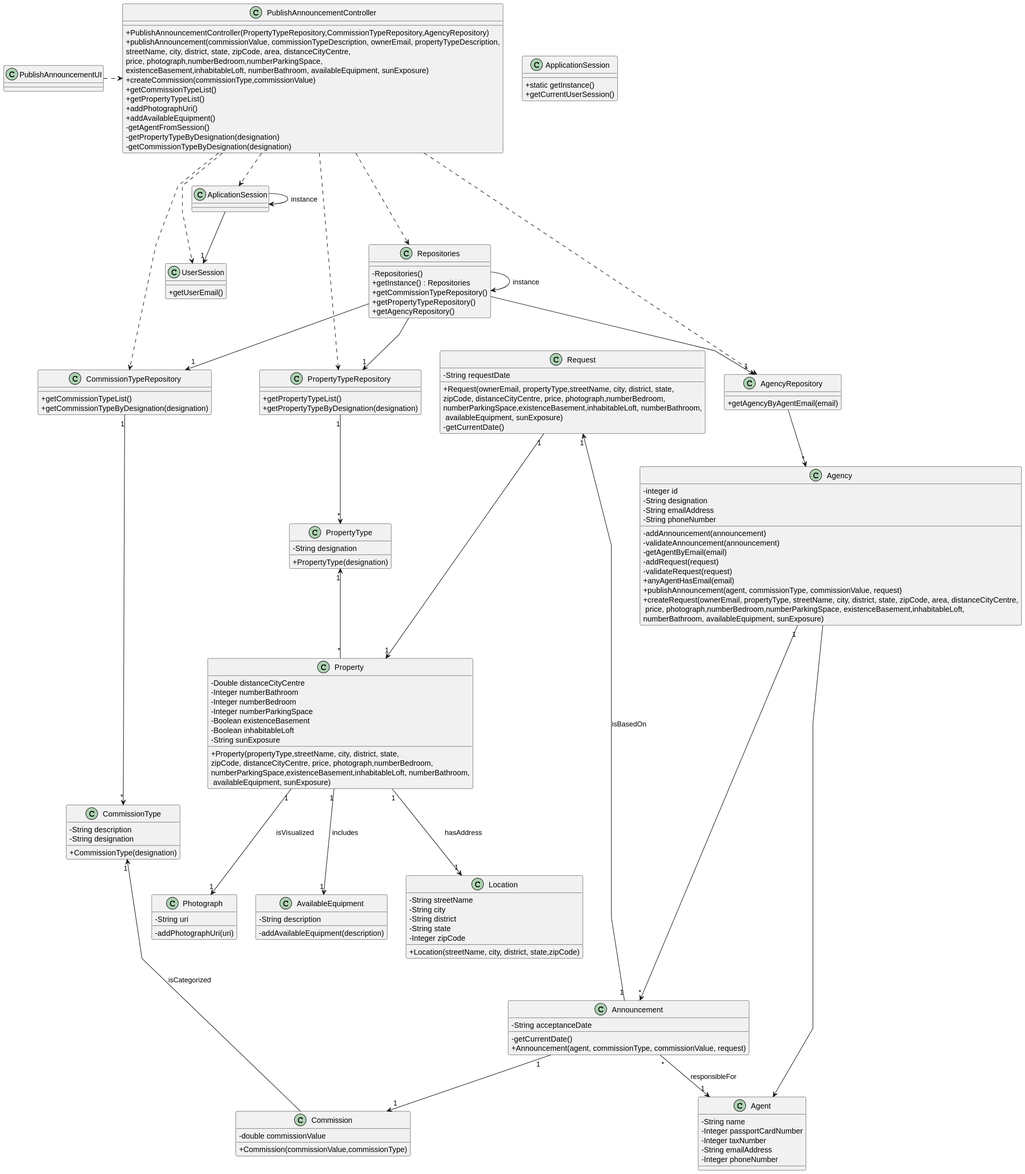
Earlier version of the PlantUML export docs/sprintB/us002/03.design/svg/us002-class-diagram.svg (rita-barbosa/LAPR2-2223).
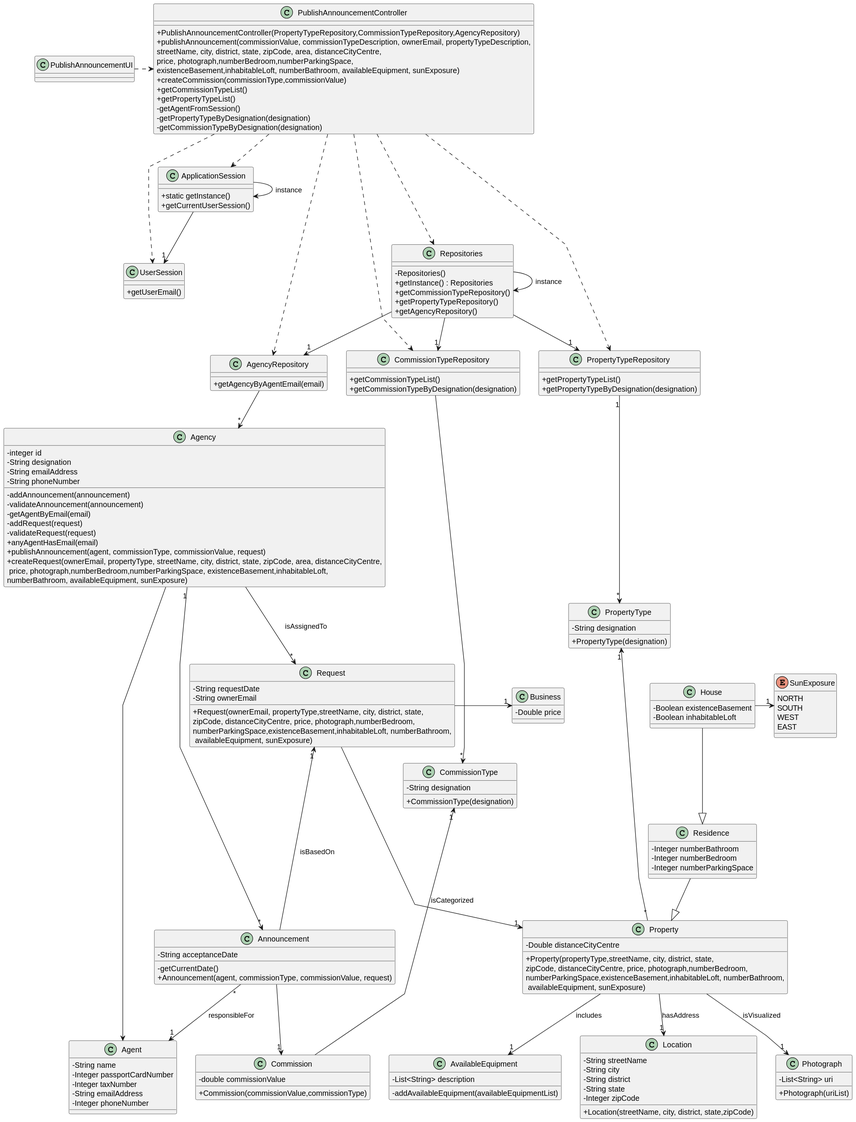
After the change.

Diff of the diagram source:
```diff
@@ -14,12 +14,6 @@
 class Property
 {
     - Double distanceCityCentre
-    - Integer numberBathroom
-    - Integer numberBedroom
-    - Integer numberParkingSpace
-    - Boolean existenceBasement
-    - Boolean inhabitableLoft
-    - String sunExposure
     + Property(propertyType,streetName, city, district, state,\nzipCode, distanceCityCentre, price, photograph,numberBedroom,\nnumberParkingSpace,existenceBasement,inhabitableLoft, numberBathroom,\n availableEquipment, sunExposure)
 }
 class Location
@@ -33,13 +27,13 @@
 }
 class Photograph
 {
-    - String uri
-    - addPhotographUri(uri)
+    - List<String> uri
+    + Photograph(uriList)
 }
 class AvailableEquipment
 {
-    - String description
-    - addAvailableEquipment(description)
+    - List<String> description
+    - addAvailableEquipment(availableEquipmentList)
 }
 
 class UserSession
@@ -64,15 +58,12 @@
     - double commissionValue
     + Commission(commissionValue,commissionType)
 }
-class CommissionType
-{
-    - String description
-}
 class Request
 {
     - String requestDate
+    - String ownerEmail
     + Request(ownerEmail, propertyType,streetName, city, district, state,\nzipCode, distanceCityCentre, price, photograph,numberBedroom,\nnumberParkingSpace,existenceBasement,inhabitableLoft, numberBathroom,\n availableEquipment, sunExposure)
-    - getCurrentDate()
+
 }
 class Agency {
     - integer id
@@ -117,8 +108,6 @@
     + createCommission(commissionType,commissionValue)
     + getCommissionTypeList()
     + getPropertyTypeList()
-    + addPhotographUri()
-    + addAvailableEquipment()
     - getAgentFromSession()
     - getPropertyTypeByDesignation(designation)
     - getCommissionTypeByDesignation(designation)
@@ -135,14 +124,33 @@
 }
 class PublishAnnouncementUI {
 }
-
-
-
+class Business
+{
+    - Double price
+}
+class Residence
+{
+    - Integer numberBathroom
+    - Integer numberBedroom
+    - Integer numberParkingSpace
+}
+class House
+{
+    - Boolean existenceBasement
+    - Boolean inhabitableLoft
+}
+enum SunExposure
+{
+NORTH
+SOUTH
+WEST
+EAST
+}
     PublishAnnouncementUI .> PublishAnnouncementController
     PublishAnnouncementController .-> UserSession
-    PublishAnnouncementController .-> AplicationSession
-    AplicationSession -> AplicationSession : instance
-    AplicationSession --> "1" UserSession
+    PublishAnnouncementController .-> ApplicationSession
+    ApplicationSession -> ApplicationSession : instance
+    ApplicationSession --> "1" UserSession
     PublishAnnouncementController .--> Repositories
     PublishAnnouncementController .-> PropertyTypeRepository
     PublishAnnouncementController .-> CommissionTypeRepository
@@ -156,15 +164,20 @@
     Agency "1" ----> "*" Announcement
 
     Announcement "*" --> "1" Agent : responsibleFor
-    CommissionTypeRepository "1" ---> "*" CommissionType
+    CommissionTypeRepository ---> "*" CommissionType
     CommissionType "1" <-- Commission : isCategorized
-    Announcement "1" --> "1" Commission
-    Request "1" <-- "1" Announcement : isBasedOn
-    Request "1" ---> "1" Property
+    Announcement  --> "1" Commission
+    Request "1" <-- Announcement : isBasedOn
+    Request  ---> "1" Property
     Agency ----> Agent
     PropertyTypeRepository "1" --> "*" PropertyType
     PropertyType "1" <-- "*" Property
-    Property "1" --> "1" Location : hasAddress
-    Property "1" --> "1" Photograph : isVisualized
-    Property "1" --> "1" AvailableEquipment : includes
+    Property  --> "1" Location : hasAddress
+    Property  --> "1" Photograph : isVisualized
+    Property  --> "1" AvailableEquipment : includes
+    Agency --> "*" Request : isAssignedTo
+    Request -> "1" Business
+    Residence --|> Property
+    House --|> Residence
+    House -> "1" SunExposure
 @enduml
```
